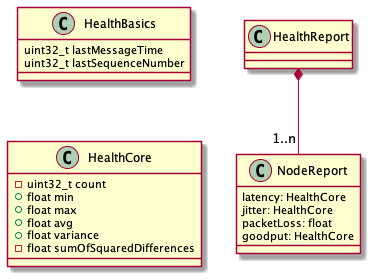
Above: Doc/Paper/out/images/network_health/network_health.png in SystemsCyber/Software-Defined-Truck (PlantUML), before the change.
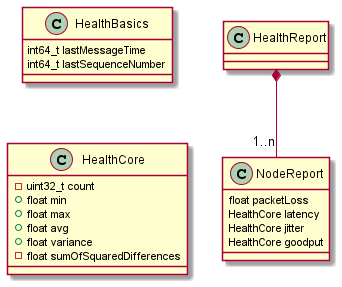
Later version of the same file.

Change to the diagram source:
```diff
@@ -1,7 +1,7 @@
 @startuml
     class HealthBasics {
-        uint32_t lastMessageTime
-        uint32_t lastSequenceNumber
+        int64_t lastMessageTime
+        int64_t lastSequenceNumber
     }
     class HealthCore{
         -uint32_t count
@@ -15,10 +15,10 @@
     HealthCore -u[hidden]->HealthBasics
 
     class NodeReport{
-        latency: HealthCore
-        jitter: HealthCore
-        packetLoss: float
-        goodput: HealthCore
+        float packetLoss
+        HealthCore latency
+        HealthCore jitter
+        HealthCore goodput
     }
     class HealthReport
     HealthReport *--"1..n" NodeReport
```
